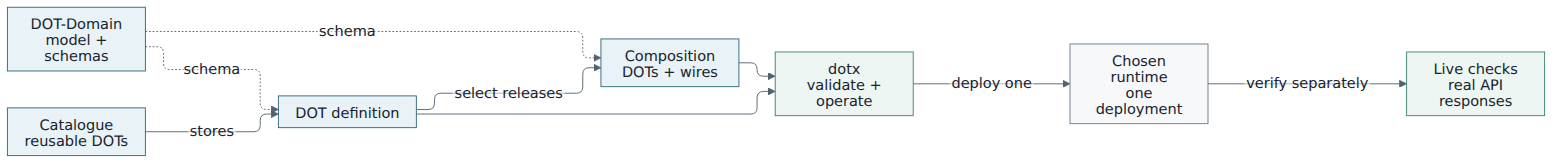
Earlier version of the Mermaid export DOT-Design/next/dot-design/_images/diagrams/dot-system-context.png (MARE-EU-Project/DOT-Docs). Its source is kept beside it as DOT-Design/next/dot-design/_attachments/diagrams/dot-system-context.mmd.
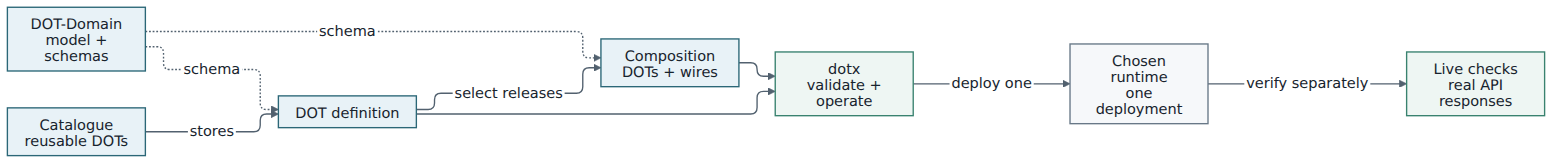
After the commit.

Diff of the diagram source:
```diff
@@ -26,9 +26,9 @@
   CLI -->|deploy one| Runtime
   Runtime -->|verify separately| Evidence
 
-  classDef definition fill:#e8f2f7,stroke:#2b6777,color:#17232d;
-  classDef operation fill:#eef6f3,stroke:#39826f,color:#17232d;
-  classDef runtime fill:#f6f8fa,stroke:#687887,color:#17232d;
+  classDef definition fill:#e8f2f7,stroke:#2b6777,color:#17232d,stroke-width:1.5px;
+  classDef operation fill:#eef6f3,stroke:#39826f,color:#17232d,stroke-width:1.5px;
+  classDef runtime fill:#f6f8fa,stroke:#687887,color:#17232d,stroke-width:1.5px;
   class Domain,Catalogue,Dot,Composition definition;
   class CLI,Evidence operation;
   class Runtime runtime;
```
